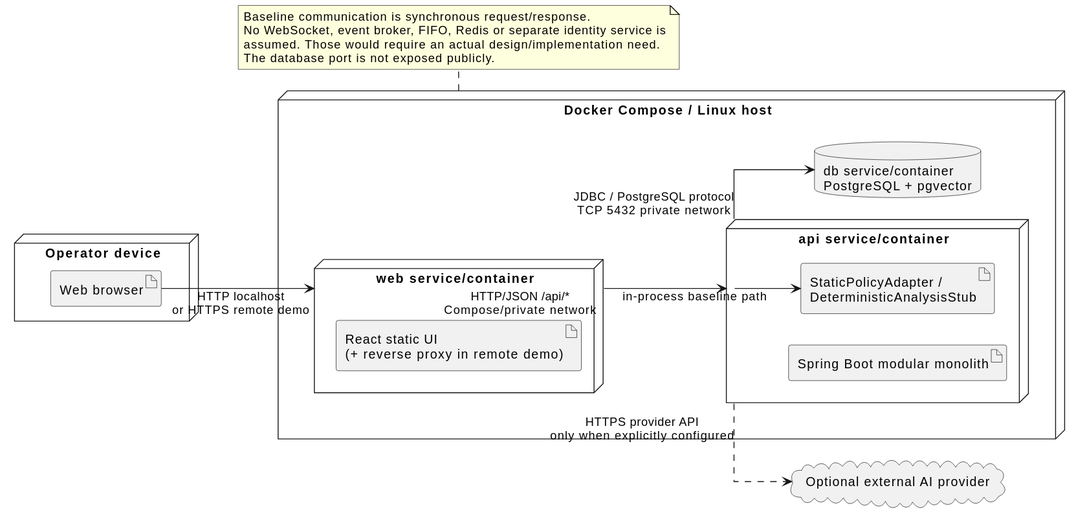
jdoe-dev-159753/specgraph-reference-app keeps this PlantUML diagram as docs/assignment/SDD/diagrams/deployment-topology.svg. Above is the earlier version. Source of this version:
```plantuml
@startuml
left to right direction
skinparam linetype ortho

node "Operator device" as Device {
  artifact "Web browser" as Browser
}

node "Docker Compose / Linux host" as Host {
  node "web service/container" as Web {
    artifact "React static UI\n(+ reverse proxy in remote demo)" as React
  }
  node "api service/container" as Api {
    artifact "Spring Boot modular monolith" as Spring
    artifact "StaticPolicyAdapter /\nDeterministicAnalysisStub" as Offline
  }
  database "db service/container\nPostgreSQL + pgvector" as DB
}

cloud "Optional external AI provider" as Provider

Browser --> Web : HTTP localhost\nor HTTPS remote demo
Web --> Api : HTTP/JSON /api/*\nCompose/private network
Api --> DB : JDBC / PostgreSQL protocol\nTCP 5432 private network
Api ..> Provider : HTTPS provider API\nonly when explicitly configured
Api --> Offline : in-process baseline path

note bottom of Host
  Baseline communication is synchronous request/response.
  No WebSocket, event broker, FIFO, Redis or separate identity service is
  assumed. Those would require an actual design/implementation need.
  The database port is not exposed publicly.
end note
@enduml
```
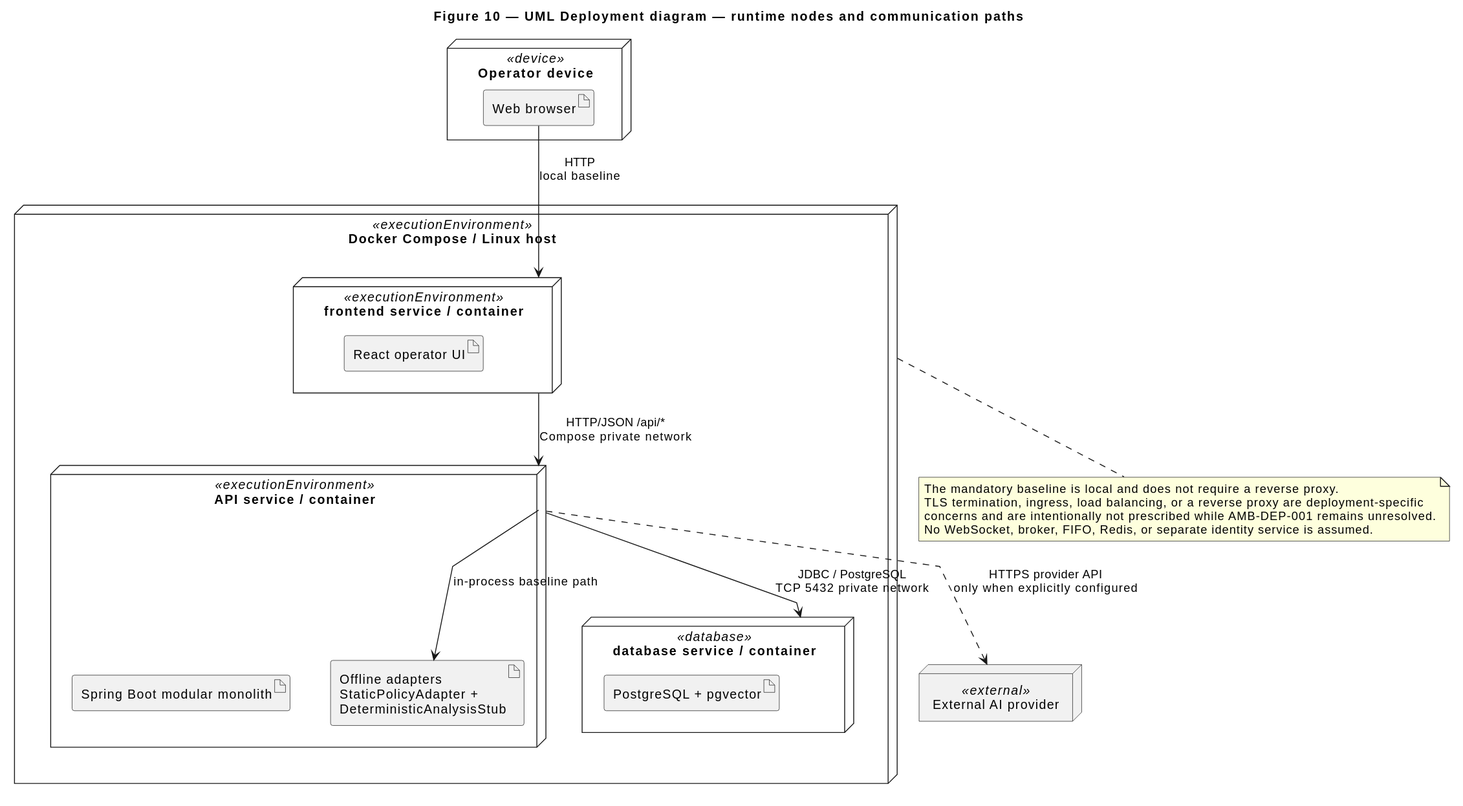
The same diagram one commit later.

Diff of the diagram source:
```diff
@@ -1,34 +1,41 @@
 @startuml
-left to right direction
-skinparam linetype ortho
+title Figure 10 — UML Deployment diagram — runtime nodes and communication paths
+top to bottom direction
+skinparam linetype polyline
+skinparam nodesep 45
+skinparam ranksep 55
 
-node "Operator device" as Device {
+node "Operator device" as Device <<device>> {
   artifact "Web browser" as Browser
 }
 
-node "Docker Compose / Linux host" as Host {
-  node "web service/container" as Web {
-    artifact "React static UI\n(+ reverse proxy in remote demo)" as React
+node "Docker Compose / Linux host" as Host <<executionEnvironment>> {
+  node "frontend service / container" as Web <<executionEnvironment>> {
+    artifact "React operator UI" as React
   }
-  node "api service/container" as Api {
+
+  node "API service / container" as Api <<executionEnvironment>> {
     artifact "Spring Boot modular monolith" as Spring
-    artifact "StaticPolicyAdapter /\nDeterministicAnalysisStub" as Offline
+    artifact "Offline adapters\nStaticPolicyAdapter +\nDeterministicAnalysisStub" as Offline
   }
-  database "db service/container\nPostgreSQL + pgvector" as DB
+
+  node "database service / container" as DB <<database>> {
+    artifact "PostgreSQL + pgvector" as PostgreSQL
+  }
 }
 
-cloud "Optional external AI provider" as Provider
+node "External AI provider" as Provider <<external>>
 
-Browser --> Web : HTTP localhost\nor HTTPS remote demo
-Web --> Api : HTTP/JSON /api/*\nCompose/private network
-Api --> DB : JDBC / PostgreSQL protocol\nTCP 5432 private network
+Browser --> Web : HTTP\nlocal baseline
+Web --> Api : HTTP/JSON /api/*\nCompose private network
+Api --> DB : JDBC / PostgreSQL\nTCP 5432 private network
 Api ..> Provider : HTTPS provider API\nonly when explicitly configured
 Api --> Offline : in-process baseline path
 
 note bottom of Host
-  Baseline communication is synchronous request/response.
-  No WebSocket, event broker, FIFO, Redis or separate identity service is
-  assumed. Those would require an actual design/implementation need.
-  The database port is not exposed publicly.
+  The mandatory baseline is local and does not require a reverse proxy.
+  TLS termination, ingress, load balancing, or a reverse proxy are deployment-specific
+  concerns and are intentionally not prescribed while AMB-DEP-001 remains unresolved.
+  No WebSocket, broker, FIFO, Redis, or separate identity service is assumed.
 end note
 @enduml
```
